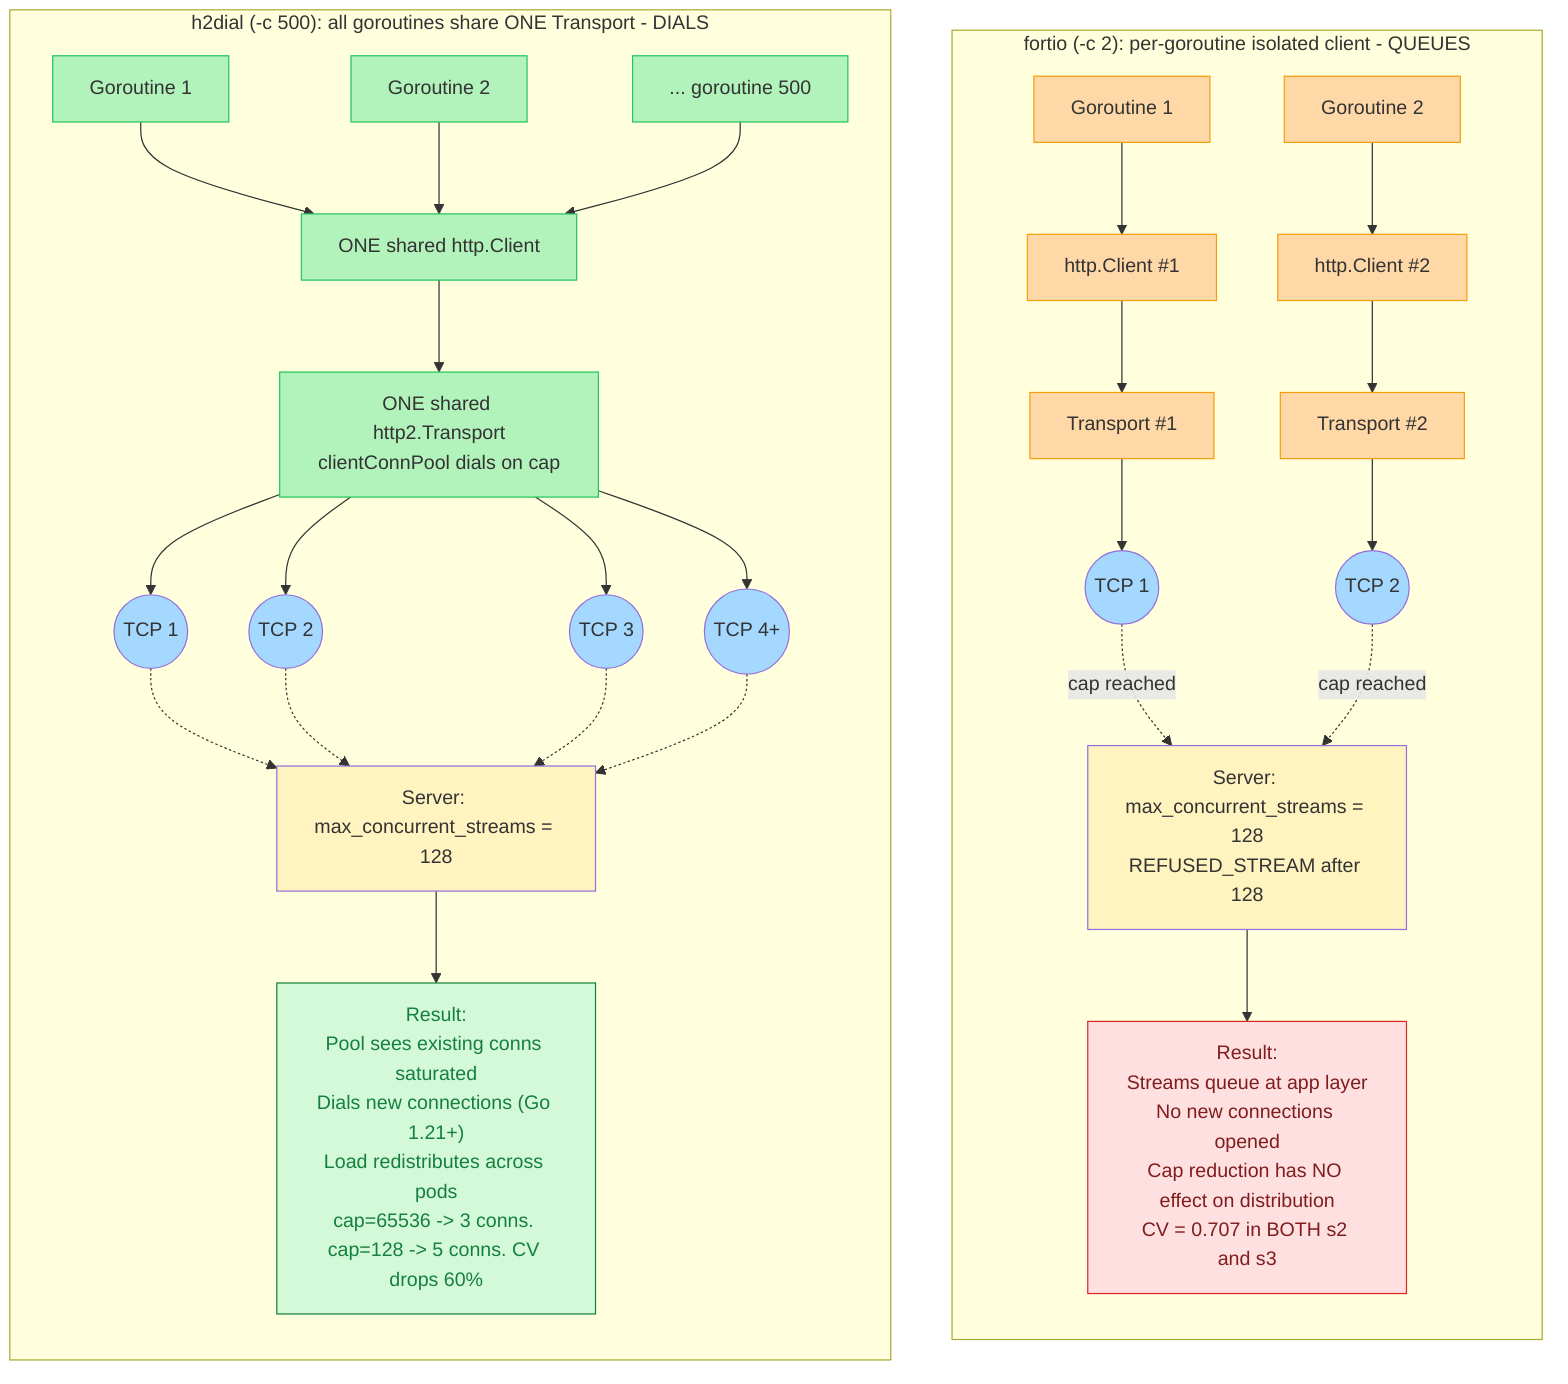
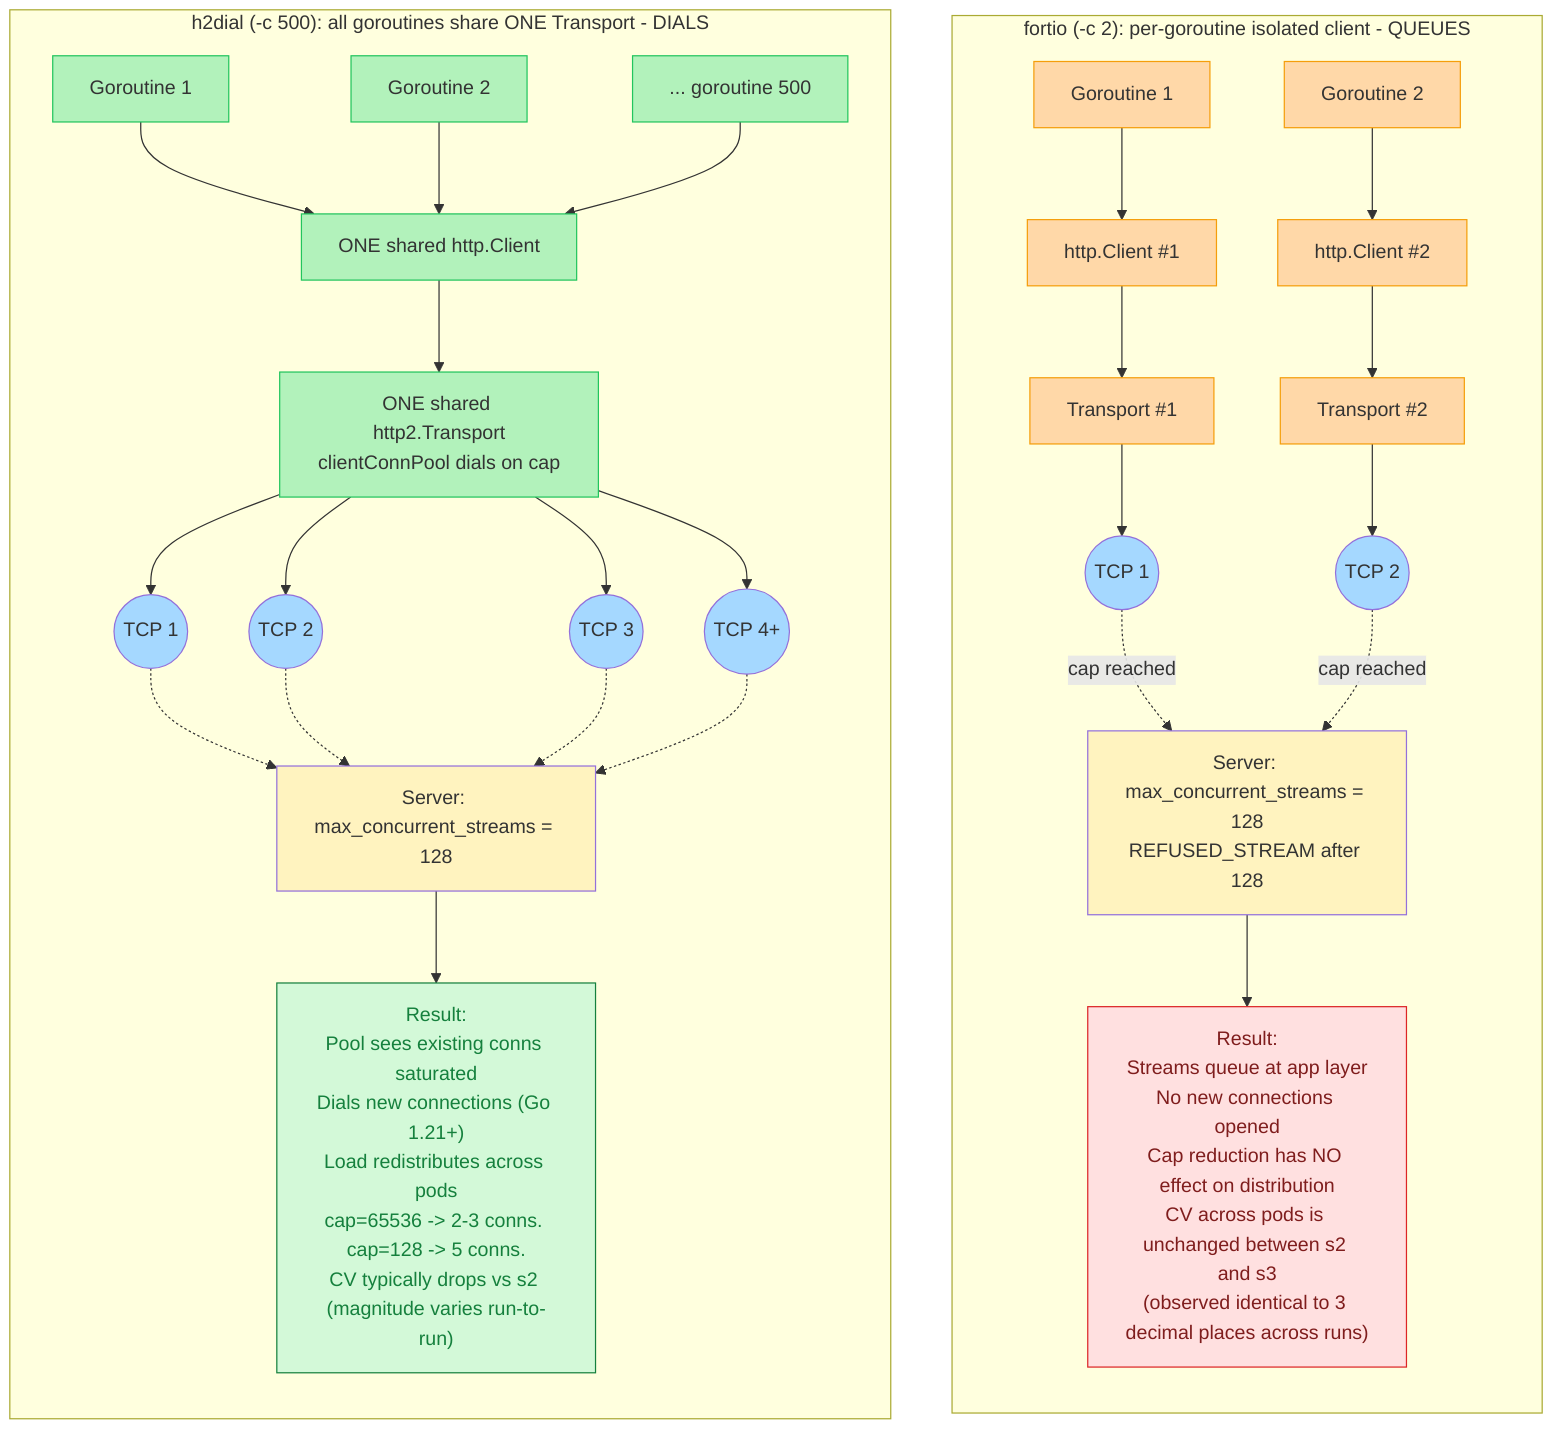
%% H-B: Why fortio queues at the cap, h2dial dials
%% Render: mmdc -i queue-vs-dial.mmd -o queue-vs-dial.png -b white --width 1500
flowchart TB
  subgraph FortioBox["fortio (-c 2): per-goroutine isolated client - QUEUES"]
    direction TB
    fG1[Goroutine 1] --> fC1[http.Client #1]
    fC1 --> fT1[Transport #1]
    fT1 --> fConn1((TCP 1))

    fG2[Goroutine 2] --> fC2[http.Client #2]
    fC2 --> fT2[Transport #2]
    fT2 --> fConn2((TCP 2))

    fServer["Server: max_concurrent_streams = 128<br/>REFUSED_STREAM after 128"]
    fConn1 -.cap reached.-> fServer
    fConn2 -.cap reached.-> fServer

-     fResult["Result:<br/>Streams queue at app layer<br/>No new connections opened<br/>Cap reduction has NO effect on distribution<br/>CV = 0.707 in BOTH s2 and s3"]:::fortioResult
+     fResult["Result:<br/>Streams queue at app layer<br/>No new connections opened<br/>Cap reduction has NO effect on distribution<br/>CV across pods is unchanged between s2 and s3<br/>(observed identical to 3 decimal places across runs)"]:::fortioResult

    fServer --> fResult

    style fG1 fill:#ffd8a8,stroke:#f59e0b
    style fG2 fill:#ffd8a8,stroke:#f59e0b
    style fC1 fill:#ffd8a8,stroke:#f59e0b
    style fC2 fill:#ffd8a8,stroke:#f59e0b
    style fT1 fill:#ffd8a8,stroke:#f59e0b
    style fT2 fill:#ffd8a8,stroke:#f59e0b
    style fConn1 fill:#a5d8ff
    style fConn2 fill:#a5d8ff
    style fServer fill:#fff3bf
  end

  subgraph H2dialBox["h2dial (-c 500): all goroutines share ONE Transport - DIALS"]
    direction TB
    hG1[Goroutine 1] --> hClient
    hG2[Goroutine 2] --> hClient
    hG3[... goroutine 500] --> hClient
    hClient[ONE shared http.Client]
    hClient --> hTransport
    hTransport[ONE shared http2.Transport<br/>clientConnPool dials on cap]

    hTransport --> hConn1((TCP 1))
    hTransport --> hConn2((TCP 2))
    hTransport --> hConn3((TCP 3))
    hTransport --> hConnN((TCP 4+))

    hServer["Server: max_concurrent_streams = 128"]
    hConn1 -.-> hServer
    hConn2 -.-> hServer
    hConn3 -.-> hServer
    hConnN -.-> hServer

-     hResult["Result:<br/>Pool sees existing conns saturated<br/>Dials new connections (Go 1.21+)<br/>Load redistributes across pods<br/>cap=65536 -> 3 conns. cap=128 -> 5 conns. CV drops 60%"]:::h2dialResult
+     hResult["Result:<br/>Pool sees existing conns saturated<br/>Dials new connections (Go 1.21+)<br/>Load redistributes across pods<br/>cap=65536 -> 2-3 conns. cap=128 -> 5 conns.<br/>CV typically drops vs s2 (magnitude varies run-to-run)"]:::h2dialResult

    hServer --> hResult

    style hG1 fill:#b2f2bb,stroke:#22c55e
    style hG2 fill:#b2f2bb,stroke:#22c55e
    style hG3 fill:#b2f2bb,stroke:#22c55e
    style hClient fill:#b2f2bb,stroke:#22c55e
    style hTransport fill:#b2f2bb,stroke:#22c55e
    style hConn1 fill:#a5d8ff
    style hConn2 fill:#a5d8ff
    style hConn3 fill:#a5d8ff
    style hConnN fill:#a5d8ff
    style hServer fill:#fff3bf
  end

  classDef fortioResult fill:#ffe0e0,stroke:#dc2626,color:#7f1d1d
  classDef h2dialResult fill:#d3f9d8,stroke:#15803d,color:#15803d
